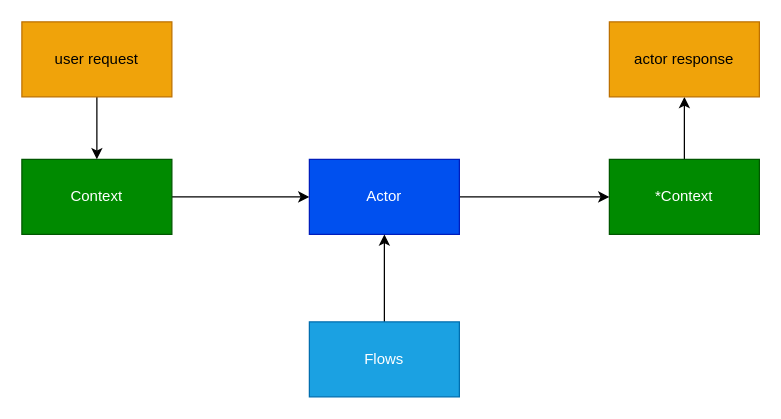
Above: drawio/0_overview.dio in deeppavlov/chatsky (draw.io), before the change. Source tidied: cells renumbered, new cells numbered last; positions are measured from the earlier drawing's top-left corner, leaving out a move shared by most shapes. Both pictures are drawn from the tidied source at 125%, with x=0, y=0 at pixel (21, 21).
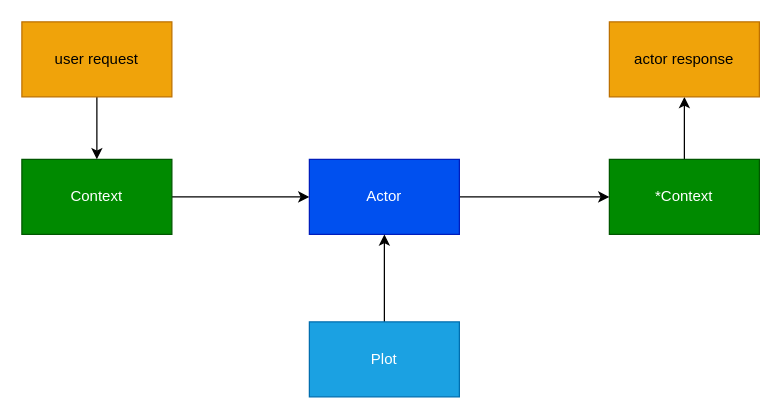
After the change.

The edit, as a diff of the source:
```diff
@@
 <mxGraphModel>
   <root>
     <mxCell id="0" />
     <mxCell id="1" parent="0" />
     <mxCell id="2" style="edgeStyle=orthogonalEdgeStyle;rounded=0;jettySize=auto;html=1;" parent="1" edge="1" source="3" target="7">
       <mxGeometry relative="1" as="geometry" />
     </mxCell>
     <mxCell id="3" value="Context" style="rounded=0;whiteSpace=wrap;html=1;fillColor=#008a00;strokeColor=#005700;fontColor=#ffffff;" parent="1" vertex="1">
       <mxGeometry y="110" width="120" height="60" as="geometry" />
     </mxCell>
     <mxCell id="4" style="edgeStyle=orthogonalEdgeStyle;rounded=0;jettySize=auto;html=1;" parent="1" edge="1" source="5" target="12">
       <mxGeometry relative="1" as="geometry" />
     </mxCell>
     <mxCell id="5" value="*Context" style="rounded=0;whiteSpace=wrap;html=1;fillColor=#008a00;strokeColor=#005700;fontColor=#ffffff;" parent="1" vertex="1">
       <mxGeometry x="470" y="110" width="120" height="60" as="geometry" />
     </mxCell>
     <mxCell id="6" style="edgeStyle=orthogonalEdgeStyle;rounded=0;jettySize=auto;html=1;" parent="1" edge="1" source="7" target="5">
       <mxGeometry relative="1" as="geometry" />
     </mxCell>
     <mxCell id="7" value="Actor" style="rounded=0;whiteSpace=wrap;html=1;fillColor=#0050ef;strokeColor=#001DBC;fontColor=#ffffff;" parent="1" vertex="1">
       <mxGeometry x="230" y="110" width="120" height="60" as="geometry" />
     </mxCell>
     <mxCell id="8" style="edgeStyle=orthogonalEdgeStyle;rounded=0;jettySize=auto;html=1;" parent="1" edge="1" source="9" target="7">
       <mxGeometry relative="1" as="geometry" />
     </mxCell>
-    <mxCell id="9" value="Flows" style="rounded=0;whiteSpace=wrap;html=1;fillColor=#1ba1e2;strokeColor=#006EAF;fontColor=#ffffff;" parent="1" vertex="1">
+    <mxCell id="9" value="Plot" style="rounded=0;whiteSpace=wrap;html=1;fillColor=#1ba1e2;strokeColor=#006EAF;fontColor=#ffffff;" parent="1" vertex="1">
       <mxGeometry x="230" y="240" width="120" height="60" as="geometry" />
     </mxCell>
     <mxCell id="10" style="edgeStyle=orthogonalEdgeStyle;rounded=0;jettySize=auto;html=1;" parent="1" edge="1" source="11" target="3">
       <mxGeometry relative="1" as="geometry" />
     </mxCell>
     <mxCell id="11" value="user request" style="rounded=0;whiteSpace=wrap;html=1;fillColor=#f0a30a;strokeColor=#BD7000;fontColor=#000000;" parent="1" vertex="1">
       <mxGeometry width="120" height="60" as="geometry" />
     </mxCell>
     <mxCell id="12" value="actor response" style="rounded=0;whiteSpace=wrap;html=1;fillColor=#f0a30a;strokeColor=#BD7000;fontColor=#000000;" parent="1" vertex="1">
       <mxGeometry x="470" width="120" height="60" as="geometry" />
     </mxCell>
   </root>
 </mxGraphModel>
```
